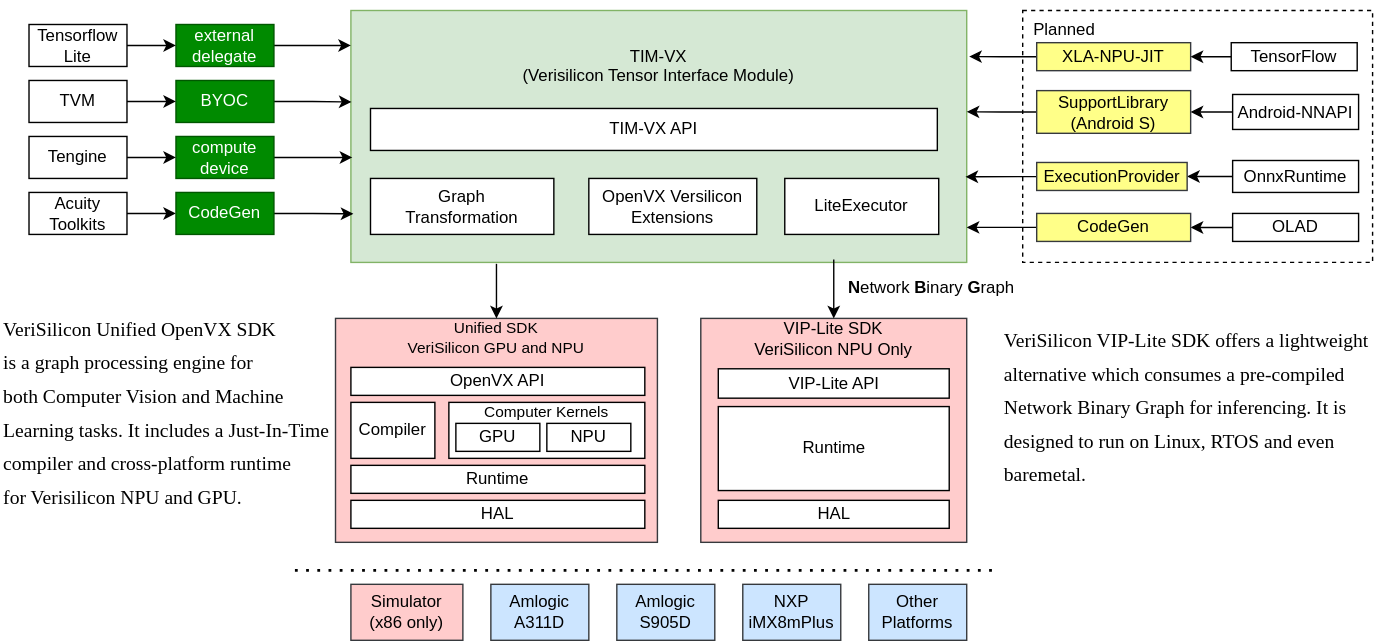
Above: docs/image/timvx_overview.svg in VeriSilicon/TIM-VX (draw.io), before the change. Source tidied: cells renumbered, new cells last; positions are measured from the earlier drawing's top-left corner, leaving out a move shared by most shapes.
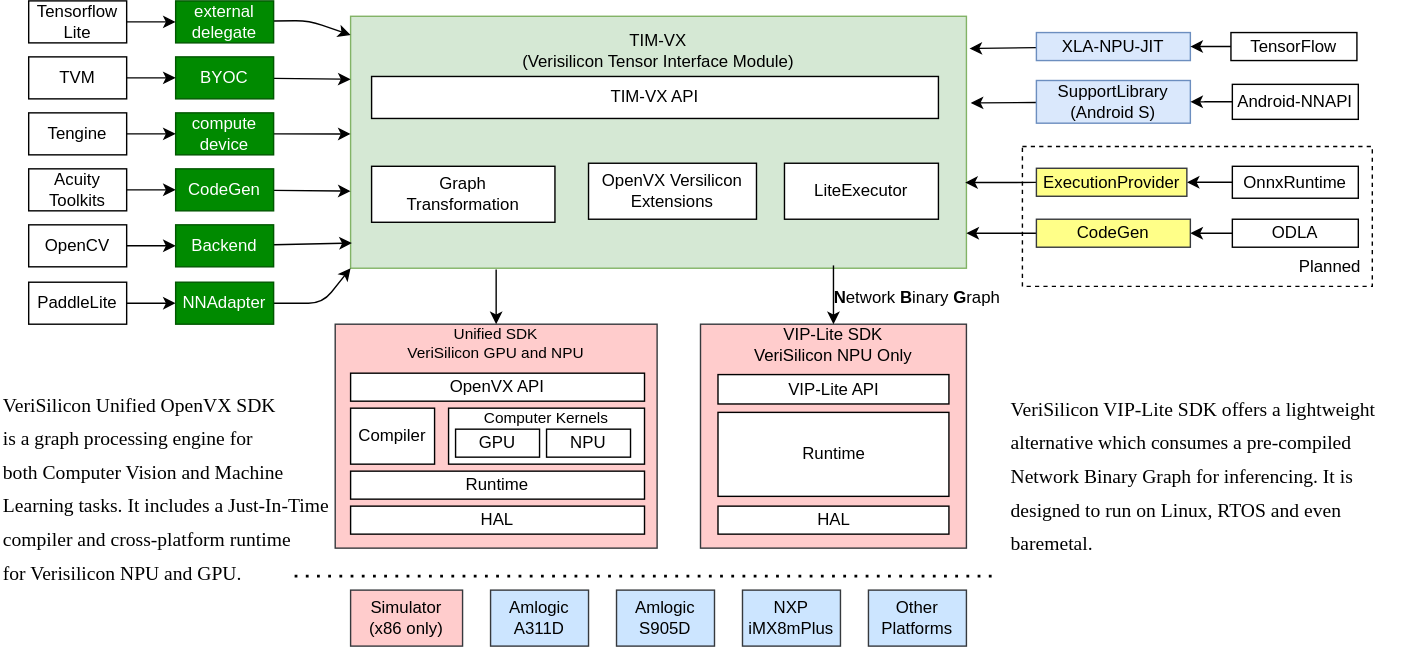
The same diagram one commit later.

Commit message:
Update overview diagram

What changed in the source:
```diff
@@ -3,7 +3,7 @@
     <mxCell id="0" />
     <mxCell id="1" parent="0" />
     <mxCell id="2" style="rounded=0;whiteSpace=wrap;html=1;strokeColor=#000000;fontColor=#000000;dashed=1;" parent="1" vertex="1">
-      <mxGeometry x="730" y="7" width="250" height="180" as="geometry" />
+      <mxGeometry x="730" y="100" width="250" height="100" as="geometry" />
     </mxCell>
     <mxCell id="3" value="Unified SDK&lt;br style=&quot;font-size: 11px&quot;&gt;VeriSilicon GPU and NPU&lt;br&gt;&lt;br&gt;&lt;br&gt;&lt;br&gt;&lt;br&gt;&lt;br&gt;&lt;br style=&quot;font-size: 11px&quot;&gt;&lt;br style=&quot;font-size: 11px&quot;&gt;&lt;br style=&quot;font-size: 11px&quot;&gt;&lt;br style=&quot;font-size: 11px&quot;&gt;&lt;br style=&quot;font-size: 11px&quot;&gt;" style="rounded=0;whiteSpace=wrap;html=1;fillColor=#ffcccc;fontSize=11;strokeColor=#36393d;" parent="1" vertex="1">
       <mxGeometry x="239" y="227" width="230" height="160" as="geometry" />
@@ -11,17 +11,17 @@
     <mxCell id="4" value="Computer Kernels&lt;br style=&quot;font-size: 11px;&quot;&gt;&lt;br style=&quot;font-size: 11px;&quot;&gt;&lt;br style=&quot;font-size: 11px;&quot;&gt;" style="rounded=0;whiteSpace=wrap;html=1;fontSize=11;" parent="1" vertex="1">
       <mxGeometry x="320" y="287" width="140" height="40" as="geometry" />
     </mxCell>
-    <mxCell id="5" value="TIM-VX&lt;br&gt;(Verisilicon Tensor Interface Module)&lt;br&gt;&lt;br&gt;&lt;br&gt;&lt;br&gt;&lt;br&gt;&lt;br&gt;&lt;br&gt;&lt;br&gt;" style="rounded=0;whiteSpace=wrap;html=1;fillColor=#d5e8d4;strokeColor=#82b366;" parent="1" vertex="1">
+    <mxCell id="5" value="TIM-VX&lt;br&gt;(Verisilicon Tensor Interface Module)&lt;br&gt;&lt;br&gt;&lt;br&gt;&lt;br&gt;&lt;br&gt;&lt;br&gt;&lt;br&gt;&lt;br&gt;&lt;br&gt;&lt;br&gt;" style="rounded=0;whiteSpace=wrap;html=1;fillColor=#d5e8d4;strokeColor=#82b366;" parent="1" vertex="1">
       <mxGeometry x="250" y="7" width="440" height="180" as="geometry" />
     </mxCell>
     <mxCell id="6" value="TIM-VX API" style="rounded=0;whiteSpace=wrap;html=1;" parent="1" vertex="1">
-      <mxGeometry x="264" y="77" width="405" height="30" as="geometry" />
+      <mxGeometry x="265" y="50" width="405" height="30" as="geometry" />
     </mxCell>
     <mxCell id="7" value="Graph&lt;br&gt;Transformation" style="rounded=0;whiteSpace=wrap;html=1;" parent="1" vertex="1">
-      <mxGeometry x="264" y="127" width="131" height="40" as="geometry" />
+      <mxGeometry x="265" y="114.2" width="131" height="40" as="geometry" />
     </mxCell>
     <mxCell id="8" value="OpenVX Versilicon Extensions" style="rounded=0;whiteSpace=wrap;html=1;align=center;" parent="1" vertex="1">
-      <mxGeometry x="420" y="127" width="120" height="40" as="geometry" />
+      <mxGeometry x="420" y="112" width="120" height="40" as="geometry" />
     </mxCell>
     <mxCell id="9" value="HAL" style="rounded=0;whiteSpace=wrap;html=1;" parent="1" vertex="1">
       <mxGeometry x="250" y="357" width="210" height="20" as="geometry" />
@@ -41,51 +41,51 @@
     <mxCell id="14" value="Simulator&lt;br&gt;(x86 only)" style="rounded=0;whiteSpace=wrap;html=1;fillColor=#ffcccc;strokeColor=#36393d;" parent="1" vertex="1">
       <mxGeometry x="250" y="417" width="80" height="40" as="geometry" />
     </mxCell>
-    <mxCell id="15" style="edgeStyle=orthogonalEdgeStyle;rounded=0;jettySize=auto;html=1;exitX=1;exitY=0.5;exitDx=0;exitDy=0;" parent="1" edge="1" source="16">
-      <mxGeometry relative="1" as="geometry">
-        <mxPoint x="250" y="32" as="targetPoint" />
-      </mxGeometry>
-    </mxCell>
+    <mxCell id="64" style="edgeStyle=none;html=1;" parent="1" edge="1" source="16" target="5">
+      <mxGeometry relative="1" as="geometry">
+        <Array as="points">
+          <mxPoint x="220" y="10" />
+        </Array>
+      </mxGeometry>
+    </mxCell>
     <mxCell id="16" value="external&lt;br&gt;delegate" style="rounded=0;whiteSpace=wrap;html=1;fillColor=#008a00;strokeColor=#005700;fontColor=#ffffff;" parent="1" vertex="1">
-      <mxGeometry x="125" y="17" width="70" height="30" as="geometry" />
+      <mxGeometry x="125" y="-4" width="70" height="30" as="geometry" />
     </mxCell>
-    <mxCell id="17" style="edgeStyle=orthogonalEdgeStyle;rounded=0;jettySize=auto;html=1;exitX=1;exitY=0.5;exitDx=0;exitDy=0;entryX=0.001;entryY=0.363;entryDx=0;entryDy=0;entryPerimeter=0;" parent="1" edge="1" source="18" target="5">
+    <mxCell id="17" style="edgeStyle=none;html=1;entryX=0;entryY=0.25;entryDx=0;entryDy=0;" parent="1" edge="1" source="18" target="5">
       <mxGeometry relative="1" as="geometry" />
     </mxCell>
     <mxCell id="18" value="BYOC" style="rounded=0;whiteSpace=wrap;html=1;fillColor=#008a00;strokeColor=#005700;fontColor=#ffffff;" parent="1" vertex="1">
-      <mxGeometry x="125" y="57" width="70" height="30" as="geometry" />
+      <mxGeometry x="125" y="36" width="70" height="30" as="geometry" />
     </mxCell>
-    <mxCell id="19" style="edgeStyle=orthogonalEdgeStyle;rounded=0;jettySize=auto;html=1;exitX=1;exitY=0.5;exitDx=0;exitDy=0;" parent="1" edge="1" source="20">
-      <mxGeometry relative="1" as="geometry">
-        <mxPoint x="251" y="112" as="targetPoint" />
-      </mxGeometry>
-    </mxCell>
+    <mxCell id="65" style="edgeStyle=none;html=1;entryX=0;entryY=0.467;entryDx=0;entryDy=0;entryPerimeter=0;" parent="1" edge="1" source="20" target="5">
+      <mxGeometry relative="1" as="geometry" />
+    </mxCell>
     <mxCell id="20" value="compute&lt;br&gt;device" style="rounded=0;whiteSpace=wrap;html=1;fillColor=#008a00;strokeColor=#005700;fontColor=#ffffff;" parent="1" vertex="1">
-      <mxGeometry x="125" y="97" width="70" height="30" as="geometry" />
+      <mxGeometry x="125" y="76" width="70" height="30" as="geometry" />
     </mxCell>
     <mxCell id="21" style="edgeStyle=orthogonalEdgeStyle;rounded=0;jettySize=auto;html=1;exitX=1;exitY=0.5;exitDx=0;exitDy=0;entryX=0;entryY=0.5;entryDx=0;entryDy=0;" parent="1" edge="1" source="22" target="16">
       <mxGeometry relative="1" as="geometry" />
     </mxCell>
     <mxCell id="22" value="Tensorflow Lite" style="rounded=0;whiteSpace=wrap;html=1;" parent="1" vertex="1">
-      <mxGeometry x="20" y="17" width="70" height="30" as="geometry" />
+      <mxGeometry x="20" y="-4" width="70" height="30" as="geometry" />
     </mxCell>
     <mxCell id="23" style="edgeStyle=orthogonalEdgeStyle;rounded=0;jettySize=auto;html=1;exitX=1;exitY=0.5;exitDx=0;exitDy=0;entryX=0;entryY=0.5;entryDx=0;entryDy=0;" parent="1" edge="1" source="24" target="18">
       <mxGeometry relative="1" as="geometry" />
     </mxCell>
     <mxCell id="24" value="TVM" style="rounded=0;whiteSpace=wrap;html=1;" parent="1" vertex="1">
-      <mxGeometry x="20" y="57" width="70" height="30" as="geometry" />
+      <mxGeometry x="20" y="36" width="70" height="30" as="geometry" />
     </mxCell>
     <mxCell id="25" style="edgeStyle=orthogonalEdgeStyle;rounded=0;jettySize=auto;html=1;exitX=1;exitY=0.5;exitDx=0;exitDy=0;" parent="1" edge="1" source="26" target="20">
       <mxGeometry relative="1" as="geometry" />
     </mxCell>
     <mxCell id="26" value="Tengine" style="rounded=0;whiteSpace=wrap;html=1;" parent="1" vertex="1">
-      <mxGeometry x="20" y="97" width="70" height="30" as="geometry" />
+      <mxGeometry x="20" y="76" width="70" height="30" as="geometry" />
     </mxCell>
     <mxCell id="27" style="edgeStyle=orthogonalEdgeStyle;rounded=0;jettySize=auto;html=1;exitX=1;exitY=0.5;exitDx=0;exitDy=0;entryX=0;entryY=0.5;entryDx=0;entryDy=0;fontSize=20;fontColor=#FFFFFF;" parent="1" edge="1" source="28" target="59">
       <mxGeometry relative="1" as="geometry" />
     </mxCell>
     <mxCell id="28" value="Acuity&lt;br&gt;Toolkits" style="rounded=0;whiteSpace=wrap;html=1;" parent="1" vertex="1">
-      <mxGeometry x="20" y="137" width="70" height="30" as="geometry" />
+      <mxGeometry x="20" y="116" width="70" height="30" as="geometry" />
     </mxCell>
     <mxCell id="29" value="Other Platforms" style="rounded=0;whiteSpace=wrap;html=1;fillColor=#cce5ff;strokeColor=#36393d;" parent="1" vertex="1">
       <mxGeometry x="620" y="417" width="70" height="40" as="geometry" />
@@ -115,7 +115,7 @@
       <mxGeometry x="250" y="332" width="210" height="20" as="geometry" />
     </mxCell>
     <mxCell id="37" value="LiteExecutor" style="rounded=0;whiteSpace=wrap;html=1;" parent="1" vertex="1">
-      <mxGeometry x="560" y="127" width="110" height="40" as="geometry" />
+      <mxGeometry x="560" y="112" width="110" height="40" as="geometry" />
     </mxCell>
     <mxCell id="38" style="endArrow=classic;html=1;" parent="1" edge="1" target="31">
       <mxGeometry relative="1" as="geometry">
@@ -123,36 +123,36 @@
       </mxGeometry>
     </mxCell>
     <mxCell id="39" value="&lt;b&gt;N&lt;/b&gt;etwork &lt;b&gt;B&lt;/b&gt;inary &lt;b&gt;G&lt;/b&gt;raph" style="text;html=1;strokeColor=none;fillColor=none;align=center;verticalAlign=middle;whiteSpace=wrap;rounded=0;" parent="1" vertex="1">
-      <mxGeometry x="600" y="195" width="130" height="20" as="geometry" />
+      <mxGeometry x="590" y="198" width="130" height="20" as="geometry" />
     </mxCell>
     <mxCell id="40" style="endArrow=classic;html=1;fontColor=#FF3333;entryX=0.5;entryY=0;entryDx=0;entryDy=0;" parent="1" edge="1" target="3">
       <mxGeometry relative="1" as="geometry">
         <mxPoint x="354" y="188" as="sourcePoint" />
       </mxGeometry>
     </mxCell>
-    <mxCell id="41" style="edgeStyle=orthogonalEdgeStyle;rounded=0;jettySize=auto;html=1;entryX=1.004;entryY=0.183;entryDx=0;entryDy=0;entryPerimeter=0;fontColor=#FF3333;" parent="1" edge="1" source="42" target="5">
+    <mxCell id="41" style="edgeStyle=none;html=1;entryX=1.005;entryY=0.128;entryDx=0;entryDy=0;entryPerimeter=0;" parent="1" edge="1" source="42" target="5">
       <mxGeometry relative="1" as="geometry" />
     </mxCell>
-    <mxCell id="42" value="XLA-NPU-JIT" style="rounded=0;whiteSpace=wrap;html=1;fillColor=#ffff88;strokeColor=#36393d;" parent="1" vertex="1">
-      <mxGeometry x="740" y="30" width="110" height="20" as="geometry" />
+    <mxCell id="42" value="XLA-NPU-JIT" style="rounded=0;whiteSpace=wrap;html=1;fillColor=#dae8fc;strokeColor=#6c8ebf;" parent="1" vertex="1">
+      <mxGeometry x="740" y="18.6" width="110" height="20" as="geometry" />
     </mxCell>
     <mxCell id="43" style="edgeStyle=orthogonalEdgeStyle;rounded=0;jettySize=auto;html=1;entryX=1;entryY=0.5;entryDx=0;entryDy=0;fontColor=#000000;" parent="1" edge="1" source="44" target="42">
       <mxGeometry relative="1" as="geometry" />
     </mxCell>
     <mxCell id="44" value="TensorFlow" style="rounded=0;whiteSpace=wrap;html=1;strokeColor=#000000;" parent="1" vertex="1">
-      <mxGeometry x="879" y="30" width="90" height="20" as="geometry" />
+      <mxGeometry x="879" y="18.6" width="90" height="20" as="geometry" />
     </mxCell>
-    <mxCell id="45" style="edgeStyle=orthogonalEdgeStyle;rounded=0;jettySize=auto;html=1;entryX=1;entryY=0.402;entryDx=0;entryDy=0;entryPerimeter=0;fontColor=#000000;" parent="1" edge="1" source="46" target="5">
+    <mxCell id="45" style="edgeStyle=none;html=1;entryX=1.007;entryY=0.344;entryDx=0;entryDy=0;entryPerimeter=0;" parent="1" edge="1" source="46" target="5">
       <mxGeometry relative="1" as="geometry" />
     </mxCell>
-    <mxCell id="46" value="SupportLibrary&lt;br&gt;(Android S)" style="rounded=0;whiteSpace=wrap;html=1;strokeColor=#36393d;fillColor=#ffff88;" parent="1" vertex="1">
-      <mxGeometry x="740" y="64.2" width="110" height="30.5" as="geometry" />
+    <mxCell id="46" value="SupportLibrary&lt;br&gt;(Android S)" style="rounded=0;whiteSpace=wrap;html=1;strokeColor=#6c8ebf;fillColor=#dae8fc;" parent="1" vertex="1">
+      <mxGeometry x="740" y="52.9" width="110" height="30.5" as="geometry" />
     </mxCell>
     <mxCell id="47" style="edgeStyle=orthogonalEdgeStyle;rounded=0;jettySize=auto;html=1;entryX=1;entryY=0.5;entryDx=0;entryDy=0;fontColor=#000000;" parent="1" edge="1" source="48" target="46">
       <mxGeometry relative="1" as="geometry" />
     </mxCell>
     <mxCell id="48" value="Android-NNAPI" style="rounded=0;whiteSpace=wrap;html=1;strokeColor=#000000;" parent="1" vertex="1">
-      <mxGeometry x="880" y="67" width="90" height="25" as="geometry" />
+      <mxGeometry x="880" y="55.6" width="90" height="25" as="geometry" />
     </mxCell>
     <mxCell id="49" style="edgeStyle=orthogonalEdgeStyle;rounded=0;jettySize=auto;html=1;fontColor=#000000;" parent="1" edge="1" source="57" target="51">
       <mxGeometry relative="1" as="geometry" />
@@ -166,7 +166,7 @@
     <mxCell id="52" style="edgeStyle=orthogonalEdgeStyle;rounded=0;jettySize=auto;html=1;entryX=1;entryY=0.5;entryDx=0;entryDy=0;fontColor=#000000;" parent="1" edge="1" source="53" target="55">
       <mxGeometry relative="1" as="geometry" />
     </mxCell>
-    <mxCell id="53" value="OLAD" style="rounded=0;whiteSpace=wrap;html=1;strokeColor=#000000;fontColor=#000000;" parent="1" vertex="1">
+    <mxCell id="53" value="ODLA" style="rounded=0;whiteSpace=wrap;html=1;strokeColor=#000000;fontColor=#000000;" parent="1" vertex="1">
       <mxGeometry x="880" y="152" width="90" height="20" as="geometry" />
     </mxCell>
     <mxCell id="54" style="edgeStyle=orthogonalEdgeStyle;rounded=0;jettySize=auto;html=1;entryX=1;entryY=0.861;entryDx=0;entryDy=0;entryPerimeter=0;fontColor=#000000;" parent="1" edge="1" source="55" target="5">
@@ -176,16 +176,16 @@
       <mxGeometry x="740" y="152" width="110" height="20" as="geometry" />
     </mxCell>
     <mxCell id="56" value="Planned" style="text;html=1;fillColor=none;align=center;verticalAlign=middle;whiteSpace=wrap;rounded=0;fontColor=#000000;dashed=1;" parent="1" vertex="1">
-      <mxGeometry x="715" width="90" height="42" as="geometry" />
+      <mxGeometry x="905" y="165" width="90" height="42" as="geometry" />
     </mxCell>
     <mxCell id="57" value="OnnxRuntime" style="rounded=0;whiteSpace=wrap;html=1;strokeColor=#000000;" parent="1" vertex="1">
       <mxGeometry x="880" y="114.2" width="90" height="22.8" as="geometry" />
     </mxCell>
-    <mxCell id="58" style="edgeStyle=orthogonalEdgeStyle;rounded=0;jettySize=auto;html=1;exitX=1;exitY=0.5;exitDx=0;exitDy=0;entryX=0.004;entryY=0.807;entryDx=0;entryDy=0;entryPerimeter=0;fontSize=20;fontColor=#FFFFFF;" parent="1" edge="1" source="59" target="5">
+    <mxCell id="58" style="edgeStyle=none;html=1;entryX=0;entryY=0.694;entryDx=0;entryDy=0;entryPerimeter=0;" parent="1" edge="1" source="59" target="5">
       <mxGeometry relative="1" as="geometry" />
     </mxCell>
     <mxCell id="59" value="CodeGen" style="rounded=0;whiteSpace=wrap;html=1;fillColor=#008a00;strokeColor=#005700;fontColor=#ffffff;" parent="1" vertex="1">
-      <mxGeometry x="125" y="137" width="70" height="30" as="geometry" />
+      <mxGeometry x="125" y="116" width="70" height="30" as="geometry" />
     </mxCell>
     <mxCell id="60" value="Amlogic&lt;br&gt;S905D" style="rounded=0;whiteSpace=wrap;html=1;fillColor=#cce5ff;strokeColor=#36393d;" parent="1" vertex="1">
       <mxGeometry x="440" y="417" width="70" height="40" as="geometry" />
@@ -194,10 +194,38 @@
       <mxGeometry x="512.5" y="263" width="165" height="21" as="geometry" />
     </mxCell>
     <mxCell id="62" value="&lt;font color=&quot;#000000&quot; style=&quot;font-size: 14px&quot;&gt;&lt;font face=&quot;Times New Roman&quot;&gt;VeriSilicon Unified OpenVX SDK&lt;br&gt;is a graph processing engine for&lt;br&gt;both Computer Vision and Machine&lt;br&gt;Learning tasks. It includes a Just-In-Time&lt;br&gt;compiler and cross-platform runtime&lt;br&gt;for Verisilicon NPU and GPU.&lt;/font&gt;&lt;br&gt;&lt;/font&gt;" style="text;html=1;align=left;verticalAlign=middle;strokeColor=none;fillColor=none;fontSize=20;fontColor=#FFFFFF;" parent="1" vertex="1">
-      <mxGeometry y="207" width="250" height="170" as="geometry" />
+      <mxGeometry y="257" width="250" height="170" as="geometry" />
     </mxCell>
     <mxCell id="63" value="&lt;font color=&quot;#000000&quot; style=&quot;font-size: 14px&quot;&gt;&lt;font face=&quot;Times New Roman&quot;&gt;VeriSilicon VIP-Lite SDK offers a lightweight&lt;br&gt;alternative which consumes a pre-compiled&amp;nbsp;&lt;br&gt;Network Binary Graph for inferencing. It is&lt;br&gt;designed to run on Linux, RTOS and even&lt;br&gt;baremetal.&lt;/font&gt;&lt;br&gt;&lt;/font&gt;" style="text;html=1;align=left;verticalAlign=middle;strokeColor=none;fillColor=none;fontSize=20;fontColor=#FFFFFF;" parent="1" vertex="1">
-      <mxGeometry x="715" y="218" width="280" height="140" as="geometry" />
+      <mxGeometry x="720" y="263" width="280" height="140" as="geometry" />
     </mxCell>
+    <mxCell id="66" style="edgeStyle=none;html=1;entryX=0;entryY=0.5;entryDx=0;entryDy=0;" parent="1" edge="1" source="67" target="71">
+      <mxGeometry relative="1" as="geometry" />
+    </mxCell>
+    <mxCell id="67" value="OpenCV" style="rounded=0;whiteSpace=wrap;html=1;" parent="1" vertex="1">
+      <mxGeometry x="20" y="156" width="70" height="30" as="geometry" />
+    </mxCell>
+    <mxCell id="68" style="edgeStyle=none;html=1;entryX=0;entryY=0.5;entryDx=0;entryDy=0;" parent="1" edge="1" source="69" target="73">
+      <mxGeometry relative="1" as="geometry" />
+    </mxCell>
+    <mxCell id="69" value="PaddleLite" style="rounded=0;whiteSpace=wrap;html=1;" parent="1" vertex="1">
+      <mxGeometry x="20" y="197" width="70" height="30" as="geometry" />
+    </mxCell>
+    <mxCell id="70" style="edgeStyle=none;html=1;entryX=0.002;entryY=0.9;entryDx=0;entryDy=0;entryPerimeter=0;" parent="1" edge="1" source="71" target="5">
+      <mxGeometry relative="1" as="geometry" />
+    </mxCell>
+    <mxCell id="71" value="Backend" style="rounded=0;whiteSpace=wrap;html=1;fillColor=#008a00;strokeColor=#005700;fontColor=#ffffff;" parent="1" vertex="1">
+      <mxGeometry x="125" y="156" width="70" height="30" as="geometry" />
+    </mxCell>
+    <mxCell id="72" style="edgeStyle=none;html=1;entryX=0;entryY=1;entryDx=0;entryDy=0;" parent="1" edge="1" source="73" target="5">
+      <mxGeometry relative="1" as="geometry">
+        <Array as="points">
+          <mxPoint x="230" y="212" />
+        </Array>
+      </mxGeometry>
+    </mxCell>
+    <mxCell id="73" value="NNAdapter" style="rounded=0;whiteSpace=wrap;html=1;fillColor=#008a00;strokeColor=#005700;fontColor=#ffffff;" parent="1" vertex="1">
+      <mxGeometry x="125" y="197" width="70" height="30" as="geometry" />
+    </mxCell>
   </root>
 </mxGraphModel>
```
